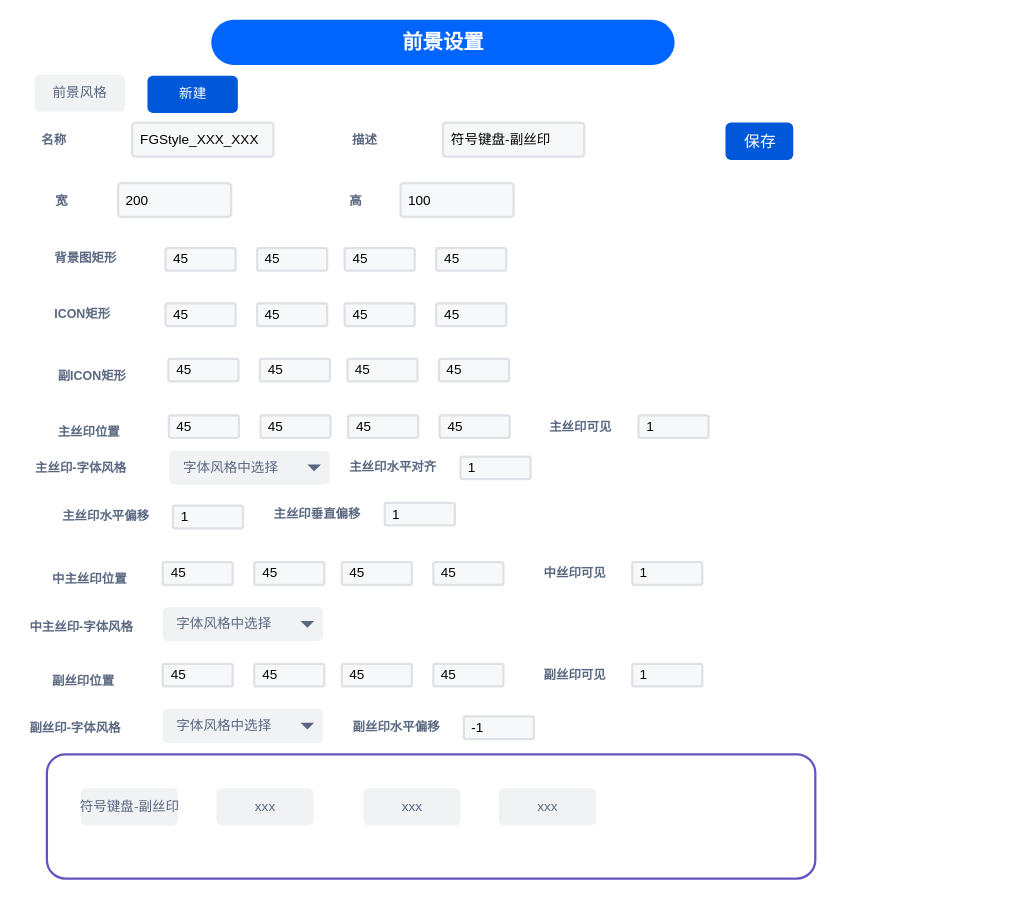
Earlier version of the draw.io diagram layout-editor/前景风格设置.drawio (chonglv/charts). Source tidied: cells renumbered, new cells numbered last; positions are measured from the earlier drawing's top-left corner, leaving out a move shared by most shapes. Both pictures are drawn from the tidied source at 113%, with x=0, y=0 at pixel (18, 19).
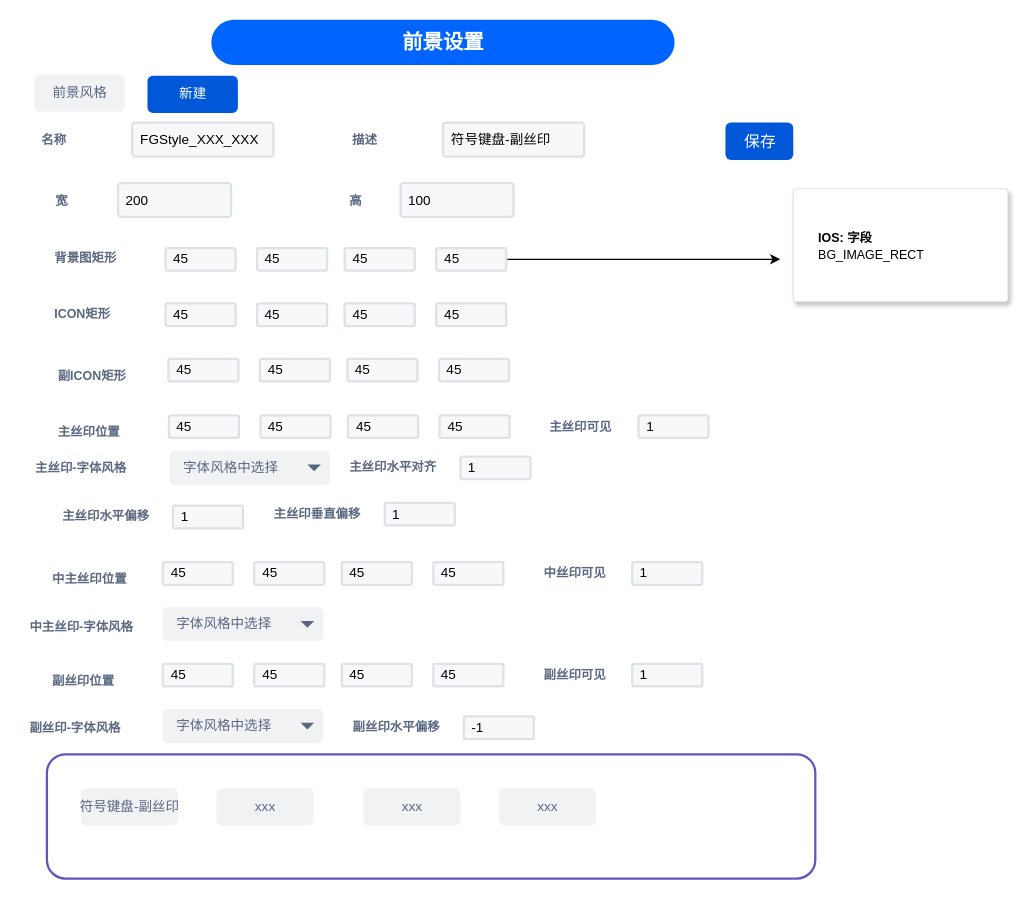
The same page after the edit.

Commit message:
更新前景风格设置.drawio

Unchanged cells that the change refers to:
```xml
<mxCell id="16" value="45" style="rounded=1;arcSize=9;fillColor=#F7F8F9;align=left;spacingLeft=5;strokeColor=#DEE1E6;html=1;strokeWidth=2;fontSize=12;" parent="1" vertex="1">
  <mxGeometry x="369.5" y="202" width="62" height="20" as="geometry" />
</mxCell>
```

What changed in the source:
```diff
@@
+    <mxCell id="72" style="edgeStyle=orthogonalEdgeStyle;rounded=0;jettySize=auto;html=1;" parent="1" edge="1" source="16">
+      <mxGeometry relative="1" as="geometry">
+        <mxPoint x="674" y="212" as="targetPoint" />
+      </mxGeometry>
+    </mxCell>
@@
+    <mxCell id="73" value="&lt;font style=&quot;font-size: 11px&quot;&gt;&lt;b&gt;IOS: 字段&lt;br&gt;&lt;/b&gt;&lt;span lang=&quot;EN-US&quot;&gt;BG_IMAGE_RECT&lt;/span&gt;&lt;/font&gt;&lt;b&gt;&lt;br&gt;&lt;/b&gt;" style="rounded=1;arcSize=3;fillColor=#ffffff;strokeColor=#DFE1E5;strokeWidth=1;shadow=1;align=left;html=1;whiteSpace=wrap;spacingLeft=20;spacingRight=20;fontSize=12;" parent="1" vertex="1">
+      <mxGeometry x="685.5" y="149.5" width="190" height="100" as="geometry" />
+    </mxCell>
```
